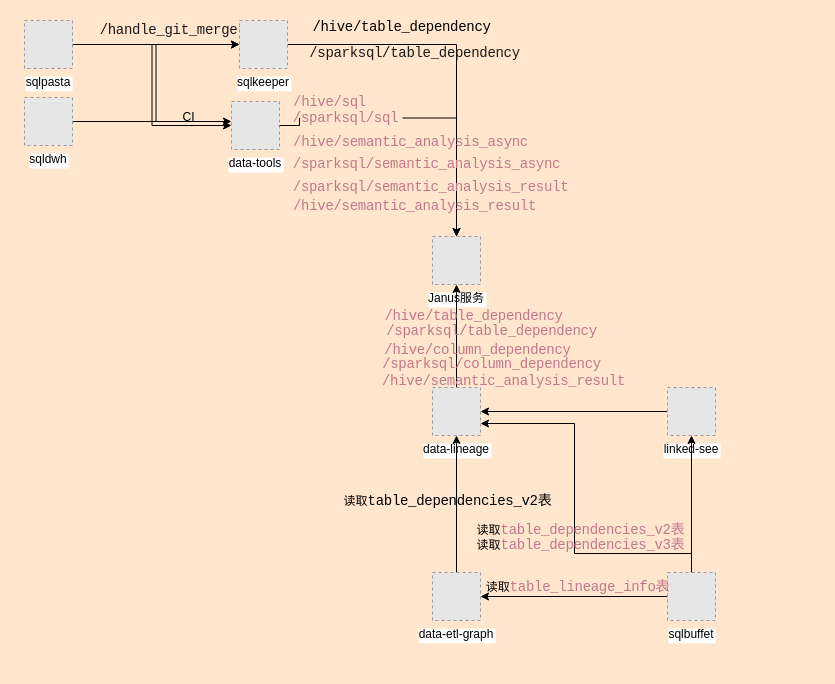
zhangkuantian/architect-awesome keeps this draw.io diagram as 血缘及CI相关代码梳理.drawio. Above is the earlier version. Source tidied: cells renumbered, new cells numbered last; positions are measured from the earlier drawing's top-left corner, leaving out a move shared by most shapes. Both pictures are drawn from the tidied source at 100%, with x=0, y=0 at pixel (24, 17). Pictures stored in the file or linked from it are replaced by grey dashed boxes.
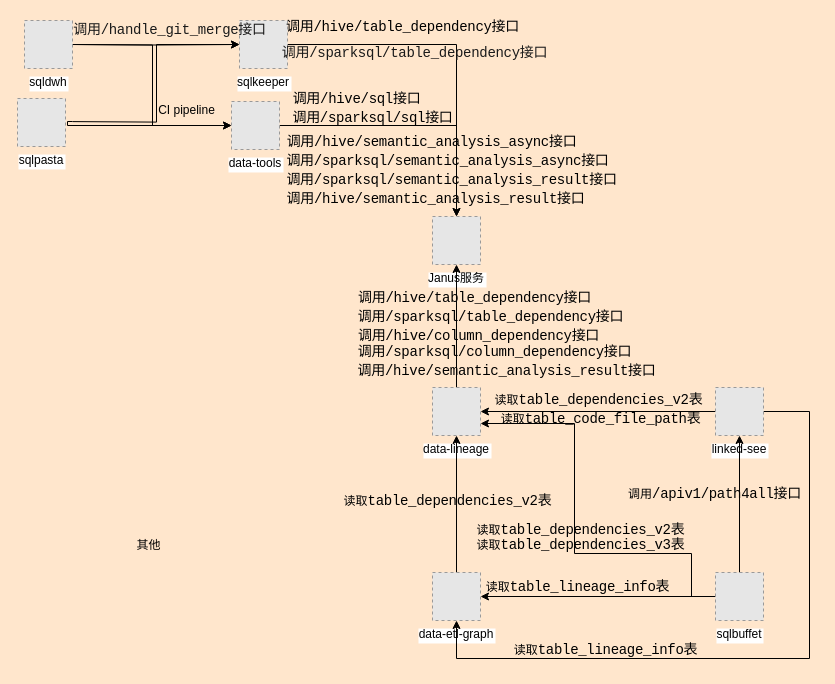
After the change.

Commit message:
Update 血缘及CI相关代码梳理.drawio

Unchanged cells that the change refers to:
```xml
<mxCell id="4" value="sqlkeeper" style="fillColor=#E6E6E6;strokeColor=#999999;dashed=1;verticalLabelPosition=bottom;labelBackgroundColor=#ffffff;verticalAlign=top;" parent="1" vertex="1">
  <mxGeometry x="215" y="3" width="48" height="48" as="geometry" />
</mxCell>
<mxCell id="6" value="data-tools" style="fillColor=#E6E6E6;strokeColor=#999999;dashed=1;verticalLabelPosition=bottom;labelBackgroundColor=#ffffff;verticalAlign=top;" parent="1" vertex="1">
  <mxGeometry x="207" y="84" width="48" height="48" as="geometry" />
</mxCell>
<mxCell id="19" value="data-etl-graph" style="fillColor=#E6E6E6;strokeColor=#999999;dashed=1;verticalLabelPosition=bottom;labelBackgroundColor=#ffffff;verticalAlign=top;" parent="1" vertex="1">
  <mxGeometry x="408" y="555" width="48" height="48" as="geometry" />
</mxCell>
```

What changed in the source:
```diff
@@
     <mxCell id="2" value="Janus服务" style="fillColor=#E6E6E6;strokeColor=#999999;dashed=1;verticalLabelPosition=bottom;labelBackgroundColor=#ffffff;verticalAlign=top;" parent="1" vertex="1">
-      <mxGeometry x="408" y="219" width="48" height="48" as="geometry" />
+      <mxGeometry x="408" y="199" width="48" height="48" as="geometry" />
     </mxCell>
@@
-    <mxCell id="5" style="edgeStyle=orthogonalEdgeStyle;rounded=0;jettySize=auto;html=1;startArrow=none;" parent="1" edge="1" source="32" target="2">
-      <mxGeometry relative="1" as="geometry" />
-    </mxCell>
+    <mxCell id="43" style="edgeStyle=orthogonalEdgeStyle;rounded=0;jettySize=auto;html=1;" parent="1" edge="1" source="6" target="2">
+      <mxGeometry relative="1" as="geometry" />
+    </mxCell>
@@
-    <mxCell id="9" style="edgeStyle=orthogonalEdgeStyle;rounded=0;jettySize=auto;html=1;entryX=0;entryY=0.5;entryDx=0;entryDy=0;" parent="1" edge="1" source="11" target="4">
-      <mxGeometry relative="1" as="geometry" />
+    <mxCell id="9" style="edgeStyle=orthogonalEdgeStyle;rounded=0;jettySize=auto;html=1;entryX=0;entryY=0.5;entryDx=0;entryDy=0;" parent="1" edge="1" target="4">
+      <mxGeometry relative="1" as="geometry">
+        <mxPoint x="48" y="27" as="sourcePoint" />
+      </mxGeometry>
     </mxCell>
-    <mxCell id="10" style="edgeStyle=orthogonalEdgeStyle;rounded=0;jettySize=auto;html=1;entryX=0;entryY=0.5;entryDx=0;entryDy=0;" parent="1" edge="1" source="11" target="6">
-      <mxGeometry relative="1" as="geometry" />
+    <mxCell id="10" style="edgeStyle=orthogonalEdgeStyle;rounded=0;jettySize=auto;html=1;entryX=0;entryY=0.5;entryDx=0;entryDy=0;" parent="1" edge="1" target="6">
+      <mxGeometry relative="1" as="geometry">
+        <mxPoint x="48" y="27" as="sourcePoint" />
+      </mxGeometry>
     </mxCell>
-    <mxCell id="11" value="sqlpasta" style="fillColor=#E6E6E6;strokeColor=#999999;dashed=1;verticalLabelPosition=bottom;labelBackgroundColor=#ffffff;verticalAlign=top;" parent="1" vertex="1">
-      <mxGeometry y="3" width="48" height="48" as="geometry" />
-    </mxCell>
-    <mxCell id="12" style="edgeStyle=orthogonalEdgeStyle;rounded=0;jettySize=auto;html=1;" parent="1" edge="1" source="14" target="6">
+    <mxCell id="12" style="edgeStyle=orthogonalEdgeStyle;rounded=0;jettySize=auto;html=1;" parent="1" edge="1" target="6">
       <mxGeometry relative="1" as="geometry">
+        <mxPoint x="48" y="104" as="sourcePoint" />
         <Array as="points">
           <mxPoint x="43" y="108" />
         </Array>
       </mxGeometry>
     </mxCell>
-    <mxCell id="13" style="edgeStyle=orthogonalEdgeStyle;rounded=0;jettySize=auto;html=1;entryX=0;entryY=0.5;entryDx=0;entryDy=0;" parent="1" edge="1" source="14" target="4">
-      <mxGeometry relative="1" as="geometry" />
+    <mxCell id="13" style="edgeStyle=orthogonalEdgeStyle;rounded=0;jettySize=auto;html=1;entryX=0;entryY=0.5;entryDx=0;entryDy=0;" parent="1" edge="1" target="4">
+      <mxGeometry relative="1" as="geometry">
+        <mxPoint x="48" y="104.1" as="sourcePoint" />
+      </mxGeometry>
     </mxCell>
-    <mxCell id="14" value="sqldwh" style="fillColor=#E6E6E6;strokeColor=#999999;dashed=1;verticalLabelPosition=bottom;labelBackgroundColor=#ffffff;verticalAlign=top;" parent="1" vertex="1">
-      <mxGeometry y="80" width="48" height="48" as="geometry" />
-    </mxCell>
-    <mxCell id="15" value="&lt;span style=&quot;font-family: monospace ; font-size: 14px ; letter-spacing: -0.3px ; text-align: left&quot;&gt;&lt;font color=&quot;#1a1a1a&quot;&gt;/handle_git_merge&lt;/font&gt;&lt;/span&gt;" style="text;html=1;align=center;verticalAlign=middle;strokeColor=none;" parent="1" vertex="1">
-      <mxGeometry x="70" y="3" width="148" height="19" as="geometry" />
+    <mxCell id="15" value="&lt;span style=&quot;font-family: monospace ; font-size: 14px ; letter-spacing: -0.3px ; text-align: left&quot;&gt;&lt;font color=&quot;#1a1a1a&quot;&gt;调用/handle_git_merge接口&lt;/font&gt;&lt;/span&gt;" style="text;html=1;align=center;verticalAlign=middle;strokeColor=none;" parent="1" vertex="1">
+      <mxGeometry x="43" y="3" width="203" height="19" as="geometry" />
     </mxCell>
-    <mxCell id="16" value="&lt;span style=&quot;font-family: monospace ; font-size: 14px ; letter-spacing: -0.3px ; text-align: left&quot;&gt;/hive/table_dependency&lt;/span&gt;" style="text;html=1;align=center;verticalAlign=middle;strokeColor=none;" parent="1" vertex="1">
-      <mxGeometry x="283" width="188" height="19" as="geometry" />
+    <mxCell id="16" value="&lt;span style=&quot;font-family: monospace ; font-size: 14px ; letter-spacing: -0.3px ; text-align: left&quot;&gt;调用/hive/table_dependency接口&lt;/span&gt;" style="text;html=1;align=center;verticalAlign=middle;strokeColor=none;" parent="1" vertex="1">
+      <mxGeometry x="256" width="243" height="19" as="geometry" />
     </mxCell>
-    <mxCell id="17" value="&lt;span style=&quot;font-family: monospace ; font-size: 14px ; letter-spacing: -0.3px ; text-align: left&quot;&gt;&lt;font color=&quot;#1a1a1a&quot;&gt;/sparksql/table_dependency&lt;/font&gt;&lt;/span&gt;" style="text;html=1;align=center;verticalAlign=middle;strokeColor=none;" parent="1" vertex="1">
-      <mxGeometry x="279" y="26" width="221" height="19" as="geometry" />
+    <mxCell id="17" value="&lt;span style=&quot;font-family: monospace ; font-size: 14px ; letter-spacing: -0.3px ; text-align: left&quot;&gt;&lt;font color=&quot;#1a1a1a&quot;&gt;调用/sparksql/table_dependency接口&lt;/font&gt;&lt;/span&gt;" style="text;html=1;align=center;verticalAlign=middle;strokeColor=none;" parent="1" vertex="1">
+      <mxGeometry x="252" y="26" width="275" height="19" as="geometry" />
     </mxCell>
@@
+    <mxCell id="44" style="edgeStyle=orthogonalEdgeStyle;rounded=0;jettySize=auto;html=1;entryX=0.5;entryY=1;entryDx=0;entryDy=0;" parent="1" edge="1" source="21" target="19">
+      <mxGeometry relative="1" as="geometry">
+        <Array as="points">
+          <mxPoint x="785" y="394" />
+          <mxPoint x="785" y="641" />
+          <mxPoint x="432" y="641" />
+        </Array>
+      </mxGeometry>
+    </mxCell>
     <mxCell id="21" value="linked-see" style="fillColor=#E6E6E6;strokeColor=#999999;dashed=1;verticalLabelPosition=bottom;labelBackgroundColor=#ffffff;verticalAlign=top;" parent="1" vertex="1">
-      <mxGeometry x="643" y="370" width="48" height="48" as="geometry" />
+      <mxGeometry x="691" y="370" width="48" height="48" as="geometry" />
     </mxCell>
-    <mxCell id="22" value="CI" style="text;html=1;align=center;verticalAlign=middle;strokeColor=none;" parent="1" vertex="1">
-      <mxGeometry x="153" y="91" width="22" height="18" as="geometry" />
+    <mxCell id="22" value="CI pipeline" style="text;html=1;align=center;verticalAlign=middle;strokeColor=none;" parent="1" vertex="1">
+      <mxGeometry x="128" y="84" width="67" height="18" as="geometry" />
     </mxCell>
-    <mxCell id="23" value="&lt;span style=&quot;color: rgb(193 , 120 , 139) ; font-family: monospace ; font-size: 14px ; letter-spacing: -0.3px ; text-align: left&quot;&gt;/hive/sql&lt;/span&gt;" style="text;html=1;align=center;verticalAlign=middle;strokeColor=none;" parent="1" vertex="1">
-      <mxGeometry x="263" y="75" width="83" height="19" as="geometry" />
+    <mxCell id="23" value="&lt;span style=&quot;font-family: monospace ; font-size: 14px ; letter-spacing: -0.3px ; text-align: left&quot;&gt;调用/hive/sql接口&lt;/span&gt;" style="text;html=1;align=center;verticalAlign=middle;strokeColor=none;" parent="1" vertex="1">
+      <mxGeometry x="263" y="72" width="138" height="19" as="geometry" />
     </mxCell>
-    <mxCell id="24" value="&lt;span style=&quot;color: rgb(193 , 120 , 139) ; font-family: monospace ; font-size: 14px ; letter-spacing: -0.3px ; text-align: left&quot;&gt;/hive/semantic_analysis_async&lt;/span&gt;" style="text;html=1;align=center;verticalAlign=middle;strokeColor=none;" parent="1" vertex="1">
-      <mxGeometry x="263" y="115" width="245" height="19" as="geometry" />
+    <mxCell id="24" value="&lt;span style=&quot;font-family: monospace ; font-size: 14px ; letter-spacing: -0.3px ; text-align: left&quot;&gt;调用/hive/semantic_analysis_async接口&lt;/span&gt;" style="text;html=1;align=center;verticalAlign=middle;strokeColor=none;" parent="1" vertex="1">
+      <mxGeometry x="257" y="115" width="300" height="19" as="geometry" />
     </mxCell>
-    <mxCell id="25" value="&lt;span style=&quot;color: rgb(193 , 120 , 139) ; font-family: monospace ; font-size: 14px ; letter-spacing: -0.3px ; text-align: left&quot;&gt;/sparksql/semantic_analysis_async&lt;/span&gt;" style="text;html=1;align=center;verticalAlign=middle;strokeColor=none;" parent="1" vertex="1">
-      <mxGeometry x="263" y="137" width="277" height="19" as="geometry" />
+    <mxCell id="25" value="&lt;span style=&quot;font-family: monospace ; font-size: 14px ; letter-spacing: -0.3px ; text-align: left&quot;&gt;调用/sparksql/semantic_analysis_async接口&lt;/span&gt;" style="text;html=1;align=center;verticalAlign=middle;strokeColor=none;" parent="1" vertex="1">
+      <mxGeometry x="257" y="134" width="332" height="19" as="geometry" />
     </mxCell>
-    <mxCell id="26" value="&lt;span style=&quot;color: rgb(193 , 120 , 139) ; font-family: monospace ; font-size: 14px ; letter-spacing: -0.3px ; text-align: left&quot;&gt;/hive/semantic_analysis_result&lt;/span&gt;" style="text;html=1;align=center;verticalAlign=middle;strokeColor=none;" parent="1" vertex="1">
-      <mxGeometry x="263" y="179" width="253" height="19" as="geometry" />
+    <mxCell id="26" value="&lt;span style=&quot;font-family: monospace ; font-size: 14px ; letter-spacing: -0.3px ; text-align: left&quot;&gt;调用/hive/semantic_analysis_result接口&lt;/span&gt;" style="text;html=1;align=center;verticalAlign=middle;strokeColor=none;" parent="1" vertex="1">
+      <mxGeometry x="257" y="172" width="308" height="19" as="geometry" />
     </mxCell>
-    <mxCell id="27" value="&lt;span style=&quot;color: rgb(193 , 120 , 139) ; font-family: monospace ; font-size: 14px ; letter-spacing: -0.3px ; text-align: left&quot;&gt;/sparksql/semantic_analysis_result&lt;/span&gt;" style="text;html=1;align=center;verticalAlign=middle;strokeColor=none;" parent="1" vertex="1">
-      <mxGeometry x="263" y="160" width="285" height="19" as="geometry" />
+    <mxCell id="27" value="&lt;span style=&quot;font-family: monospace ; font-size: 14px ; letter-spacing: -0.3px ; text-align: left&quot;&gt;调用/sparksql/semantic_analysis_result接口&lt;/span&gt;" style="text;html=1;align=center;verticalAlign=middle;strokeColor=none;" parent="1" vertex="1">
+      <mxGeometry x="257" y="153" width="340" height="19" as="geometry" />
     </mxCell>
@@
     <mxCell id="31" value="sqlbuffet" style="fillColor=#E6E6E6;strokeColor=#999999;dashed=1;verticalLabelPosition=bottom;labelBackgroundColor=#ffffff;verticalAlign=top;" parent="1" vertex="1">
-      <mxGeometry x="643" y="555" width="48" height="48" as="geometry" />
+      <mxGeometry x="691" y="555" width="48" height="48" as="geometry" />
     </mxCell>
-    <mxCell id="32" value="&lt;span style=&quot;color: rgb(193 , 120 , 139) ; font-family: monospace ; font-size: 14px ; letter-spacing: -0.3px ; text-align: left&quot;&gt;/sparksql/sql&lt;/span&gt;" style="text;html=1;align=center;verticalAlign=middle;points=[];strokeColor=none;" parent="1" vertex="1">
-      <mxGeometry x="263" y="91" width="115" height="19" as="geometry" />
-    </mxCell>
-    <mxCell id="33" style="edgeStyle=orthogonalEdgeStyle;rounded=0;jettySize=auto;html=1;endArrow=none;" parent="1" edge="1" source="6" target="32">
-      <mxGeometry relative="1" as="geometry" />
-    </mxCell>
-    <mxCell id="34" value="&lt;span style=&quot;color: rgb(193 , 120 , 139) ; font-family: monospace ; font-size: 14px ; letter-spacing: -0.3px&quot;&gt;/hive/table_dependency&lt;/span&gt;" style="text;html=1;align=center;verticalAlign=middle;strokeColor=none;" parent="1" vertex="1">
-      <mxGeometry x="355" y="289" width="188" height="19" as="geometry" />
+    <mxCell id="34" value="&lt;span style=&quot;font-family: monospace ; font-size: 14px ; letter-spacing: -0.3px&quot;&gt;调用/hive/table_dependency接口&lt;/span&gt;" style="text;html=1;align=center;verticalAlign=middle;strokeColor=none;" parent="1" vertex="1">
+      <mxGeometry x="328" y="271" width="243" height="19" as="geometry" />
     </mxCell>
-    <mxCell id="35" value="&lt;span style=&quot;color: rgb(193 , 120 , 139) ; font-family: monospace ; font-size: 14px ; letter-spacing: -0.3px&quot;&gt;/sparksql/table_dependency&lt;/span&gt;" style="text;html=1;align=center;verticalAlign=middle;strokeColor=none;" parent="1" vertex="1">
-      <mxGeometry x="356" y="304" width="221" height="19" as="geometry" />
+    <mxCell id="35" value="&lt;span style=&quot;font-family: monospace ; font-size: 14px ; letter-spacing: -0.3px&quot;&gt;调用/sparksql/table_dependency接口&lt;/span&gt;" style="text;html=1;align=center;verticalAlign=middle;strokeColor=none;" parent="1" vertex="1">
+      <mxGeometry x="328" y="290" width="275" height="19" as="geometry" />
     </mxCell>
-    <mxCell id="36" value="&lt;span style=&quot;color: rgb(193 , 120 , 139) ; font-family: monospace ; font-size: 14px ; letter-spacing: -0.3px&quot;&gt;/hive/column_dependency&lt;/span&gt;" style="text;html=1;align=center;verticalAlign=middle;strokeColor=none;" parent="1" vertex="1">
-      <mxGeometry x="355" y="323" width="196" height="19" as="geometry" />
+    <mxCell id="36" value="&lt;span style=&quot;font-family: monospace ; font-size: 14px ; letter-spacing: -0.3px&quot;&gt;调用/hive/column_dependency接口&lt;/span&gt;" style="text;html=1;align=center;verticalAlign=middle;strokeColor=none;" parent="1" vertex="1">
+      <mxGeometry x="328" y="309" width="251" height="19" as="geometry" />
     </mxCell>
-    <mxCell id="37" value="&lt;span style=&quot;color: rgb(193 , 120 , 139) ; font-family: monospace ; font-size: 14px ; letter-spacing: -0.3px&quot;&gt;/sparksql/column_dependency&lt;/span&gt;" style="text;html=1;align=center;verticalAlign=middle;strokeColor=none;" parent="1" vertex="1">
-      <mxGeometry x="352" y="337" width="229" height="19" as="geometry" />
+    <mxCell id="37" value="&lt;span style=&quot;font-family: monospace ; font-size: 14px ; letter-spacing: -0.3px&quot;&gt;调用/sparksql/column_dependency接口&lt;/span&gt;" style="text;html=1;align=center;verticalAlign=middle;strokeColor=none;" parent="1" vertex="1">
+      <mxGeometry x="328" y="325" width="284" height="19" as="geometry" />
     </mxCell>
-    <mxCell id="38" value="&lt;span style=&quot;color: rgb(193 , 120 , 139) ; font-family: monospace ; font-size: 14px ; letter-spacing: -0.3px&quot;&gt;/hive/semantic_analysis_result&lt;/span&gt;" style="text;html=1;align=center;verticalAlign=middle;strokeColor=none;" parent="1" vertex="1">
-      <mxGeometry x="352" y="354" width="253" height="19" as="geometry" />
+    <mxCell id="38" value="&lt;span style=&quot;font-family: monospace ; font-size: 14px ; letter-spacing: -0.3px&quot;&gt;调用/hive/semantic_analysis_result接口&lt;/span&gt;" style="text;html=1;align=center;verticalAlign=middle;strokeColor=none;" parent="1" vertex="1">
+      <mxGeometry x="328" y="344" width="308" height="19" as="geometry" />
     </mxCell>
@@
-    <mxCell id="40" value="读取&lt;span style=&quot;color: rgb(193 , 120 , 139) ; font-family: monospace ; font-size: 14px ; letter-spacing: -0.3px ; text-align: left&quot;&gt;table_dependencies_v2表&lt;/span&gt;" style="text;html=1;align=center;verticalAlign=middle;strokeColor=none;" parent="1" vertex="1">
+    <mxCell id="40" value="读取&lt;span style=&quot;font-family: monospace ; font-size: 14px ; letter-spacing: -0.3px ; text-align: left&quot;&gt;table_dependencies_v2表&lt;/span&gt;" style="text;html=1;align=center;verticalAlign=middle;strokeColor=none;" parent="1" vertex="1">
       <mxGeometry x="447" y="503" width="218" height="19" as="geometry" />
     </mxCell>
-    <mxCell id="41" value="读取&lt;span style=&quot;color: rgb(193 , 120 , 139) ; font-family: monospace ; font-size: 14px ; letter-spacing: -0.3px ; text-align: left&quot;&gt;table_lineage_info表&lt;/span&gt;" style="text;html=1;align=center;verticalAlign=middle;strokeColor=none;" parent="1" vertex="1">
+    <mxCell id="41" value="读取&lt;span style=&quot;font-family: monospace ; font-size: 14px ; letter-spacing: -0.3px ; text-align: left&quot;&gt;table_lineage_info表&lt;/span&gt;" style="text;html=1;align=center;verticalAlign=middle;strokeColor=none;" parent="1" vertex="1">
       <mxGeometry x="456" y="560" width="194" height="19" as="geometry" />
     </mxCell>
-    <mxCell id="42" value="读取&lt;span style=&quot;color: rgb(193 , 120 , 139) ; font-family: monospace ; font-size: 14px ; letter-spacing: -0.3px ; text-align: left&quot;&gt;table_dependencies_v3表&lt;/span&gt;" style="text;html=1;align=center;verticalAlign=middle;strokeColor=none;" parent="1" vertex="1">
+    <mxCell id="42" value="读取&lt;span style=&quot;font-family: monospace ; font-size: 14px ; letter-spacing: -0.3px ; text-align: left&quot;&gt;table_dependencies_v3表&lt;/span&gt;" style="text;html=1;align=center;verticalAlign=middle;strokeColor=none;" parent="1" vertex="1">
       <mxGeometry x="447" y="518" width="218" height="19" as="geometry" />
     </mxCell>
+    <mxCell id="45" value="调用&lt;span style=&quot;font-family: monospace ; font-size: 14px ; letter-spacing: -0.3px ; text-align: left&quot;&gt;/apiv1/path4all接口&lt;/span&gt;" style="text;html=1;align=center;verticalAlign=middle;strokeColor=none;" parent="1" vertex="1">
+      <mxGeometry x="598" y="467" width="183" height="19" as="geometry" />
+    </mxCell>
+    <mxCell id="46" value="读取&lt;span style=&quot;font-family: monospace ; font-size: 14px ; letter-spacing: -0.3px ; text-align: left&quot;&gt;table_dependencies_v2表&lt;/span&gt;" style="text;html=1;align=center;verticalAlign=middle;strokeColor=none;" parent="1" vertex="1">
+      <mxGeometry x="465" y="373" width="218" height="19" as="geometry" />
+    </mxCell>
+    <mxCell id="47" value="读取&lt;span style=&quot;font-family: monospace ; font-size: 14px ; letter-spacing: -0.3px ; text-align: left&quot;&gt;table_code_file_path&lt;/span&gt;&lt;span style=&quot;font-family: monospace ; font-size: 14px ; letter-spacing: -0.3px ; text-align: left&quot;&gt;表&lt;/span&gt;" style="text;html=1;align=center;verticalAlign=middle;strokeColor=none;" parent="1" vertex="1">
+      <mxGeometry x="471" y="392" width="210" height="19" as="geometry" />
+    </mxCell>
+    <mxCell id="48" value="读取&lt;span style=&quot;font-family: monospace ; font-size: 14px ; letter-spacing: -0.3px ; text-align: left&quot;&gt;table_lineage_info表&lt;/span&gt;" style="text;html=1;align=center;verticalAlign=middle;strokeColor=none;" parent="1" vertex="1">
+      <mxGeometry x="484" y="623" width="194" height="19" as="geometry" />
+    </mxCell>
+    <mxCell id="49" value="&lt;span style=&quot;font-family: monospace ; font-size: 14px ; letter-spacing: -0.3px ; text-align: left&quot;&gt;调用/sparksql/sql接口&lt;/span&gt;" style="text;html=1;align=center;verticalAlign=middle;strokeColor=none;" parent="1" vertex="1">
+      <mxGeometry x="263" y="91" width="170" height="19" as="geometry" />
+    </mxCell>
+    <mxCell id="14" value="sqldwh" style="fillColor=#E6E6E6;strokeColor=#999999;dashed=1;verticalLabelPosition=bottom;labelBackgroundColor=#ffffff;verticalAlign=top;" parent="1" vertex="1">
+      <mxGeometry y="3" width="48" height="48" as="geometry" />
+    </mxCell>
+    <mxCell id="11" value="sqlpasta" style="fillColor=#E6E6E6;strokeColor=#999999;dashed=1;verticalLabelPosition=bottom;labelBackgroundColor=#ffffff;verticalAlign=top;" parent="1" vertex="1">
+      <mxGeometry x="-7" y="81" width="48" height="48" as="geometry" />
+    </mxCell>
+    <mxCell id="50" value="其他" style="text;html=1;align=center;verticalAlign=middle;strokeColor=none;" parent="1" vertex="1">
+      <mxGeometry x="107" y="519" width="34" height="18" as="geometry" />
+    </mxCell>
```
